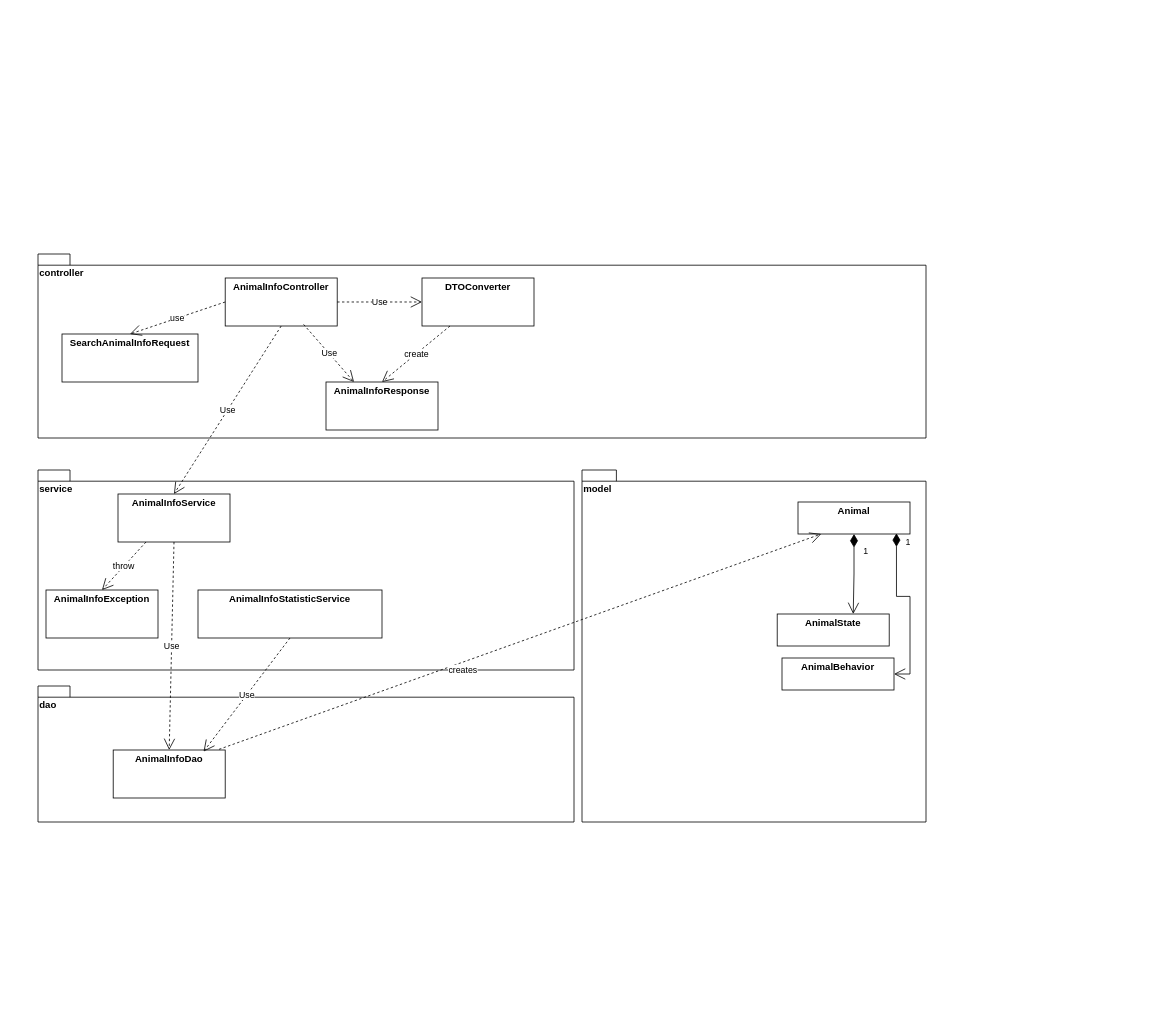
Above: Task3/C4.drawio in brazn1986/MSA-AgroTech (draw.io), before the change. Source tidied: cells renumbered, new cells numbered last; positions are measured from the earlier drawing's top-left corner, leaving out a move shared by most shapes. Both pictures are drawn from the tidied source at 80%, with x=0, y=0 at pixel (38, 254).
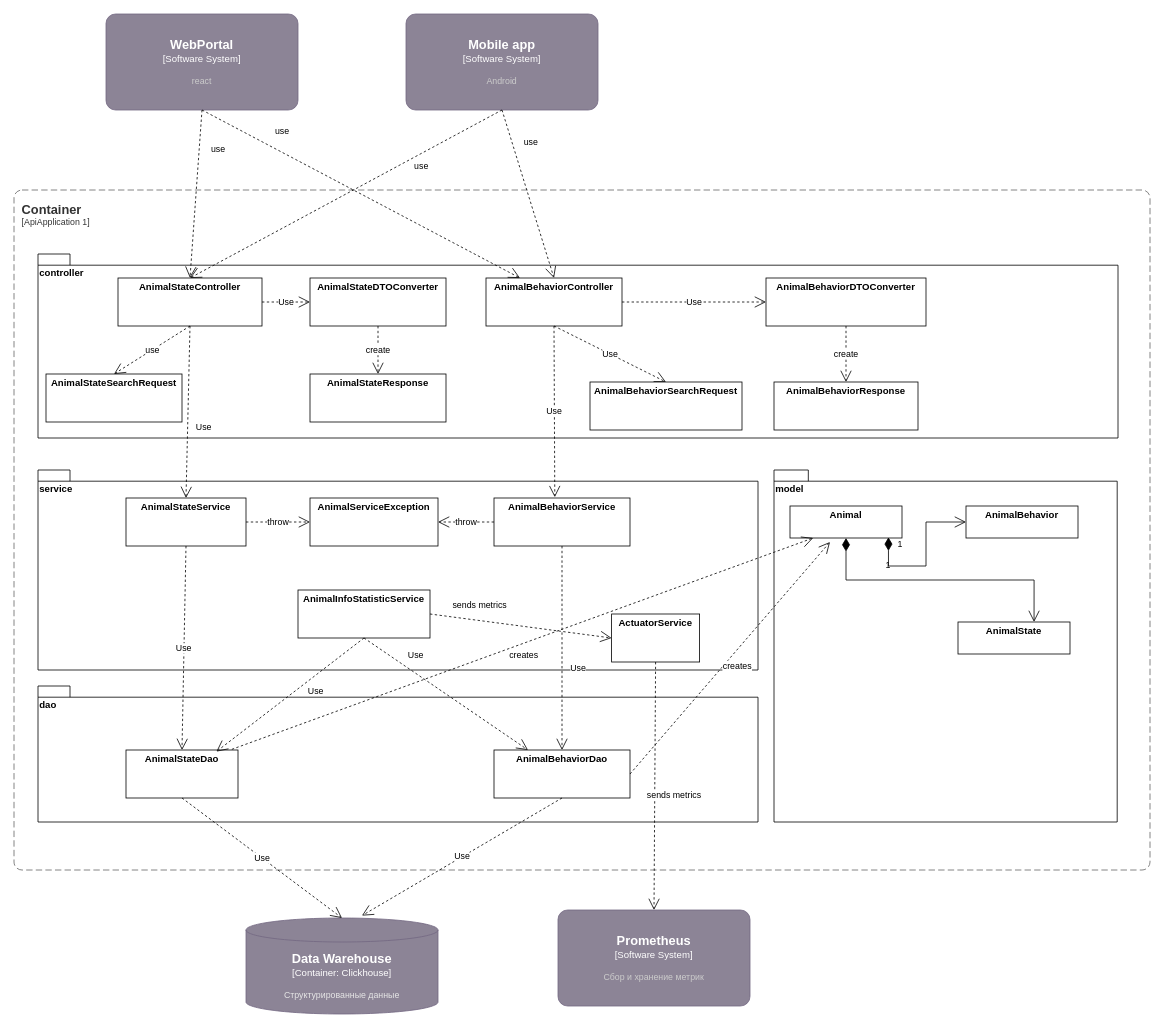
After the change.

Change to the diagram source:
```diff
@@
     <mxCell id="2" value="controller" style="shape=folder;fontStyle=1;spacingTop=10;tabWidth=40;tabHeight=14;tabPosition=left;html=1;whiteSpace=wrap;verticalAlign=top;align=left;" parent="1" vertex="1">
-      <mxGeometry width="1110" height="230" as="geometry" />
+      <mxGeometry width="1350" height="230" as="geometry" />
     </mxCell>
     <mxCell id="3" value="service" style="shape=folder;fontStyle=1;spacingTop=10;tabWidth=40;tabHeight=14;tabPosition=left;html=1;whiteSpace=wrap;verticalAlign=top;align=left;" parent="1" vertex="1">
-      <mxGeometry y="270" width="670" height="250" as="geometry" />
+      <mxGeometry y="270" width="900" height="250" as="geometry" />
     </mxCell>
     <mxCell id="4" value="model" style="shape=folder;fontStyle=1;spacingTop=10;tabWidth=40;tabHeight=14;tabPosition=left;html=1;whiteSpace=wrap;verticalAlign=top;align=left;" parent="1" vertex="1">
-      <mxGeometry x="680" y="270" width="430" height="440" as="geometry" />
+      <mxGeometry x="920" y="270" width="429" height="440" as="geometry" />
     </mxCell>
     <mxCell id="5" value="dao" style="shape=folder;fontStyle=1;spacingTop=10;tabWidth=40;tabHeight=14;tabPosition=left;html=1;whiteSpace=wrap;verticalAlign=top;align=left;" parent="1" vertex="1">
-      <mxGeometry y="540" width="670" height="170" as="geometry" />
+      <mxGeometry y="540" width="900" height="170" as="geometry" />
     </mxCell>
-    <mxCell id="6" value="&lt;p style=&quot;margin:0px;margin-top:4px;text-align:center;&quot;&gt;&lt;b&gt;AnimalInfoController&lt;/b&gt;&lt;/p&gt;" style="verticalAlign=top;align=left;overflow=fill;html=1;whiteSpace=wrap;" parent="1" vertex="1">
-      <mxGeometry x="234" y="30" width="140" height="60" as="geometry" />
+    <mxCell id="6" value="&lt;p style=&quot;margin: 0px ; margin-top: 4px ; text-align: center&quot;&gt;&lt;b&gt;AnimalStateController&lt;/b&gt;&lt;/p&gt;" style="verticalAlign=top;align=left;overflow=fill;html=1;whiteSpace=wrap;" parent="1" vertex="1">
+      <mxGeometry x="100" y="30" width="180" height="60" as="geometry" />
     </mxCell>
-    <mxCell id="7" value="&lt;p style=&quot;margin:0px;margin-top:4px;text-align:center;&quot;&gt;&lt;b&gt;AnimalInfoService&lt;/b&gt;&lt;/p&gt;" style="verticalAlign=top;align=left;overflow=fill;html=1;whiteSpace=wrap;" parent="1" vertex="1">
-      <mxGeometry x="100" y="300" width="140" height="60" as="geometry" />
+    <mxCell id="7" value="&lt;p style=&quot;margin: 0px ; margin-top: 4px ; text-align: center&quot;&gt;&lt;b&gt;AnimalStateService&lt;/b&gt;&lt;/p&gt;" style="verticalAlign=top;align=left;overflow=fill;html=1;whiteSpace=wrap;" parent="1" vertex="1">
+      <mxGeometry x="110" y="305" width="150" height="60" as="geometry" />
     </mxCell>
-    <mxCell id="8" value="&lt;p style=&quot;margin: 0px ; margin-top: 4px ; text-align: center&quot;&gt;&lt;b&gt;AnimalInfoDao&lt;/b&gt;&lt;/p&gt;" style="verticalAlign=top;align=left;overflow=fill;html=1;whiteSpace=wrap;" parent="1" vertex="1">
-      <mxGeometry x="94" y="620" width="140" height="60" as="geometry" />
+    <mxCell id="8" value="&lt;p style=&quot;margin: 0px ; margin-top: 4px ; text-align: center&quot;&gt;&lt;b&gt;AnimalStateDao&lt;/b&gt;&lt;/p&gt;" style="verticalAlign=top;align=left;overflow=fill;html=1;whiteSpace=wrap;" parent="1" vertex="1">
+      <mxGeometry x="110" y="620" width="140" height="60" as="geometry" />
     </mxCell>
-    <mxCell id="9" value="&lt;p style=&quot;margin:0px;margin-top:4px;text-align:center;&quot;&gt;&lt;b&gt;DTOConverter&lt;/b&gt;&lt;/p&gt;" style="verticalAlign=top;align=left;overflow=fill;html=1;whiteSpace=wrap;" parent="1" vertex="1">
-      <mxGeometry x="480" y="30" width="140" height="60" as="geometry" />
+    <mxCell id="9" value="&lt;p style=&quot;margin: 0px ; margin-top: 4px ; text-align: center&quot;&gt;&lt;b&gt;AnimalStateDTOConverter&lt;/b&gt;&lt;/p&gt;" style="verticalAlign=top;align=left;overflow=fill;html=1;whiteSpace=wrap;" parent="1" vertex="1">
+      <mxGeometry x="340" y="30" width="170" height="60" as="geometry" />
     </mxCell>
-    <mxCell id="10" value="&lt;p style=&quot;margin:0px;margin-top:4px;text-align:center;&quot;&gt;&lt;b&gt;AnimalInfoResponse&lt;/b&gt;&lt;/p&gt;" style="verticalAlign=top;align=left;overflow=fill;html=1;whiteSpace=wrap;" parent="1" vertex="1">
-      <mxGeometry x="360" y="160" width="140" height="60" as="geometry" />
+    <mxCell id="10" value="&lt;p style=&quot;margin: 0px ; margin-top: 4px ; text-align: center&quot;&gt;&lt;b&gt;AnimalStateResponse&lt;/b&gt;&lt;/p&gt;" style="verticalAlign=top;align=left;overflow=fill;html=1;whiteSpace=wrap;" parent="1" vertex="1">
+      <mxGeometry x="340" y="150" width="170" height="60" as="geometry" />
     </mxCell>
     <mxCell id="11" value="&lt;p style=&quot;margin:0px;margin-top:4px;text-align:center;&quot;&gt;&lt;b&gt;Animal&lt;/b&gt;&lt;/p&gt;" style="verticalAlign=top;align=left;overflow=fill;html=1;whiteSpace=wrap;" parent="1" vertex="1">
-      <mxGeometry x="950" y="310" width="140" height="40" as="geometry" />
+      <mxGeometry x="940" y="315" width="140" height="40" as="geometry" />
     </mxCell>
     <mxCell id="12" value="&lt;p style=&quot;margin:0px;margin-top:4px;text-align:center;&quot;&gt;&lt;b&gt;AnimalBehavior&lt;/b&gt;&lt;/p&gt;" style="verticalAlign=top;align=left;overflow=fill;html=1;whiteSpace=wrap;" parent="1" vertex="1">
-      <mxGeometry x="930" y="505" width="140" height="40" as="geometry" />
+      <mxGeometry x="1160" y="315" width="140" height="40" as="geometry" />
     </mxCell>
     <mxCell id="13" value="&lt;p style=&quot;margin:0px;margin-top:4px;text-align:center;&quot;&gt;&lt;b&gt;AnimalState&lt;/b&gt;&lt;/p&gt;" style="verticalAlign=top;align=left;overflow=fill;html=1;whiteSpace=wrap;" parent="1" vertex="1">
-      <mxGeometry x="924" y="450" width="140" height="40" as="geometry" />
+      <mxGeometry x="1150" y="460" width="140" height="40" as="geometry" />
     </mxCell>
     <mxCell id="14" value="Use" style="endArrow=open;endSize=12;dashed=1;html=1;rounded=0;exitX=0.5;exitY=1;exitDx=0;exitDy=0;entryX=0.5;entryY=0;entryDx=0;entryDy=0;" parent="1" edge="1" source="6" target="7">
-      <mxGeometry relative="1" as="geometry" />
+      <mxGeometry x="0.17" y="20" relative="1" as="geometry" />
     </mxCell>
@@
-    <mxCell id="17" value="create" style="endArrow=open;endSize=12;dashed=1;html=1;rounded=0;exitX=0.25;exitY=1;exitDx=0;exitDy=0;entryX=0.5;entryY=0;entryDx=0;entryDy=0;" parent="1" edge="1" source="9" target="10">
+    <mxCell id="17" value="create" style="endArrow=open;endSize=12;dashed=1;html=1;rounded=0;exitX=0.5;exitY=1;exitDx=0;exitDy=0;entryX=0.5;entryY=0;entryDx=0;entryDy=0;" parent="1" edge="1" source="9" target="10">
       <mxGeometry relative="1" as="geometry" />
     </mxCell>
-    <mxCell id="18" value="Use" style="endArrow=open;endSize=12;dashed=1;html=1;rounded=0;exitX=0.7;exitY=0.967;exitDx=0;exitDy=0;entryX=0.25;entryY=0;entryDx=0;entryDy=0;exitPerimeter=0;" parent="1" edge="1" source="6" target="10">
-      <mxGeometry relative="1" as="geometry" />
-    </mxCell>
@@
     <mxCell id="20" value="creates" style="endArrow=open;endSize=12;dashed=1;html=1;rounded=0;exitX=0.945;exitY=-0.014;exitDx=0;exitDy=0;entryX=0.207;entryY=1;entryDx=0;entryDy=0;entryPerimeter=0;exitPerimeter=0;" parent="1" edge="1" source="8" target="11">
-      <mxGeometry x="-0.2" y="-9" relative="1" as="geometry" />
+      <mxGeometry x="-0.01" y="-13" relative="1" as="geometry" />
     </mxCell>
-    <mxCell id="21" value="&lt;p style=&quot;margin: 0px ; margin-top: 4px ; text-align: center&quot;&gt;&lt;b&gt;AnimalInfoException&lt;/b&gt;&lt;/p&gt;" style="verticalAlign=top;align=left;overflow=fill;html=1;whiteSpace=wrap;" parent="1" vertex="1">
-      <mxGeometry x="10" y="420" width="140" height="60" as="geometry" />
+    <mxCell id="21" value="&lt;p style=&quot;margin: 0px ; margin-top: 4px ; text-align: center&quot;&gt;&lt;b&gt;AnimalServiceException&lt;/b&gt;&lt;/p&gt;" style="verticalAlign=top;align=left;overflow=fill;html=1;whiteSpace=wrap;" parent="1" vertex="1">
+      <mxGeometry x="340" y="305" width="160" height="60" as="geometry" />
     </mxCell>
-    <mxCell id="22" value="throw" style="endArrow=open;endSize=12;dashed=1;html=1;rounded=0;exitX=0.25;exitY=1;exitDx=0;exitDy=0;entryX=0.5;entryY=0;entryDx=0;entryDy=0;" parent="1" edge="1" source="7" target="21">
+    <mxCell id="22" value="throw" style="endArrow=open;endSize=12;dashed=1;html=1;rounded=0;exitX=1;exitY=0.5;exitDx=0;exitDy=0;entryX=0;entryY=0.5;entryDx=0;entryDy=0;" parent="1" edge="1" source="7" target="21">
       <mxGeometry relative="1" as="geometry" />
     </mxCell>
-    <mxCell id="23" value="&lt;p style=&quot;margin: 0px ; margin-top: 4px ; text-align: center&quot;&gt;&lt;b&gt;SearchAnimalInfoRequest&lt;/b&gt;&lt;/p&gt;" style="verticalAlign=top;align=left;overflow=fill;html=1;whiteSpace=wrap;" parent="1" vertex="1">
-      <mxGeometry x="30" y="100" width="170" height="60" as="geometry" />
+    <mxCell id="23" value="&lt;p style=&quot;margin: 0px ; margin-top: 4px ; text-align: center&quot;&gt;&lt;b&gt;AnimalStateSearchRequest&lt;/b&gt;&lt;/p&gt;" style="verticalAlign=top;align=left;overflow=fill;html=1;whiteSpace=wrap;" parent="1" vertex="1">
+      <mxGeometry x="10" y="150" width="170" height="60" as="geometry" />
     </mxCell>
-    <mxCell id="24" value="use" style="endArrow=open;endSize=12;dashed=1;html=1;rounded=0;exitX=0;exitY=0.5;exitDx=0;exitDy=0;entryX=0.5;entryY=0;entryDx=0;entryDy=0;" parent="1" edge="1" source="6" target="23">
+    <mxCell id="24" value="use" style="endArrow=open;endSize=12;dashed=1;html=1;rounded=0;exitX=0.5;exitY=1;exitDx=0;exitDy=0;entryX=0.5;entryY=0;entryDx=0;entryDy=0;" parent="1" edge="1" source="6" target="23">
       <mxGeometry relative="1" as="geometry" />
     </mxCell>
     <mxCell id="25" value="&lt;p style=&quot;margin: 0px ; margin-top: 4px ; text-align: center&quot;&gt;&lt;b&gt;AnimalInfoStatisticService&lt;/b&gt;&lt;/p&gt;" style="verticalAlign=top;align=left;overflow=fill;html=1;whiteSpace=wrap;" parent="1" vertex="1">
-      <mxGeometry x="200" y="420" width="230" height="60" as="geometry" />
+      <mxGeometry x="325" y="420" width="165" height="60" as="geometry" />
     </mxCell>
     <mxCell id="26" value="Use" style="endArrow=open;endSize=12;dashed=1;html=1;rounded=0;exitX=0.5;exitY=1;exitDx=0;exitDy=0;entryX=0.807;entryY=0.033;entryDx=0;entryDy=0;entryPerimeter=0;" parent="1" edge="1" source="25" target="8">
-      <mxGeometry relative="1" as="geometry" />
+      <mxGeometry x="-0.24" y="15" relative="1" as="geometry" />
     </mxCell>
+    <mxCell id="28" value="&lt;p style=&quot;margin: 0px ; margin-top: 4px ; text-align: center&quot;&gt;&lt;b&gt;AnimalBehaviorResponse&lt;/b&gt;&lt;/p&gt;" style="verticalAlign=top;align=left;overflow=fill;html=1;whiteSpace=wrap;" parent="1" vertex="1">
+      <mxGeometry x="920" y="160" width="180" height="60" as="geometry" />
+    </mxCell>
-    <mxCell id="27" value="1" style="endArrow=open;html=1;endSize=12;startArrow=diamondThin;startSize=14;startFill=1;edgeStyle=orthogonalEdgeStyle;align=left;verticalAlign=bottom;rounded=0;exitX=0.879;exitY=0.979;exitDx=0;exitDy=0;entryX=1;entryY=0.5;entryDx=0;entryDy=0;exitPerimeter=0;" parent="1" edge="1" source="11" target="12">
+    <mxCell id="27" value="1" style="endArrow=open;html=1;endSize=12;startArrow=diamondThin;startSize=14;startFill=1;edgeStyle=orthogonalEdgeStyle;align=left;verticalAlign=bottom;rounded=0;exitX=0.879;exitY=0.979;exitDx=0;exitDy=0;exitPerimeter=0;" parent="1" edge="1" source="11">
       <mxGeometry x="-0.81" y="10" relative="1" as="geometry">
+        <mxPoint x="1160" y="335" as="targetPoint" />
         <Array as="points">
-          <mxPoint x="1073" y="428" />
-          <mxPoint x="1090" y="428" />
-          <mxPoint x="1090" y="525" />
+          <mxPoint x="1063" y="390" />
+          <mxPoint x="1110" y="390" />
+          <mxPoint x="1110" y="335" />
         </Array>
       </mxGeometry>
     </mxCell>
+    <mxCell id="29" value="&lt;p style=&quot;margin: 0px ; margin-top: 4px ; text-align: center&quot;&gt;&lt;b&gt;AnimalBehaviorDao&lt;/b&gt;&lt;/p&gt;" style="verticalAlign=top;align=left;overflow=fill;html=1;whiteSpace=wrap;" parent="1" vertex="1">
+      <mxGeometry x="570" y="620" width="170" height="60" as="geometry" />
+    </mxCell>
+    <mxCell id="30" value="&lt;p style=&quot;margin: 0px ; margin-top: 4px ; text-align: center&quot;&gt;&lt;b&gt;AnimalBehaviorService&lt;/b&gt;&lt;/p&gt;" style="verticalAlign=top;align=left;overflow=fill;html=1;whiteSpace=wrap;" parent="1" vertex="1">
+      <mxGeometry x="570" y="305" width="170" height="60" as="geometry" />
+    </mxCell>
+    <mxCell id="31" value="Use" style="endArrow=open;endSize=12;dashed=1;html=1;rounded=0;exitX=0.5;exitY=1;exitDx=0;exitDy=0;entryX=0.5;entryY=0;entryDx=0;entryDy=0;" parent="1" edge="1" source="30" target="29">
+      <mxGeometry x="0.2" y="20" relative="1" as="geometry" />
+    </mxCell>
+    <mxCell id="32" value="&lt;p style=&quot;margin: 0px ; margin-top: 4px ; text-align: center&quot;&gt;&lt;b&gt;AnimalBehaviorController&lt;/b&gt;&lt;/p&gt;" style="verticalAlign=top;align=left;overflow=fill;html=1;whiteSpace=wrap;" parent="1" vertex="1">
+      <mxGeometry x="560" y="30" width="170" height="60" as="geometry" />
+    </mxCell>
+    <mxCell id="33" value="&lt;p style=&quot;margin: 0px ; margin-top: 4px ; text-align: center&quot;&gt;&lt;b&gt;AnimalBehaviorDTOConverter&lt;/b&gt;&lt;/p&gt;" style="verticalAlign=top;align=left;overflow=fill;html=1;whiteSpace=wrap;" parent="1" vertex="1">
+      <mxGeometry x="910" y="30" width="200" height="60" as="geometry" />
+    </mxCell>
+    <mxCell id="34" value="Use" style="endArrow=open;endSize=12;dashed=1;html=1;rounded=0;exitX=1;exitY=0.5;exitDx=0;exitDy=0;entryX=0;entryY=0.5;entryDx=0;entryDy=0;" parent="1" edge="1" source="32" target="33">
+      <mxGeometry relative="1" as="geometry" />
+    </mxCell>
+    <mxCell id="35" value="create" style="endArrow=open;endSize=12;dashed=1;html=1;rounded=0;entryX=0.5;entryY=0;entryDx=0;entryDy=0;exitX=0.5;exitY=1;exitDx=0;exitDy=0;" parent="1" edge="1" source="33" target="28">
+      <mxGeometry relative="1" as="geometry" />
+    </mxCell>
+    <mxCell id="36" value="Use" style="endArrow=open;endSize=12;dashed=1;html=1;rounded=0;entryX=0.5;entryY=0;entryDx=0;entryDy=0;exitX=0.5;exitY=1;exitDx=0;exitDy=0;" parent="1" edge="1" source="32" target="40">
+      <mxGeometry relative="1" as="geometry" />
+    </mxCell>
+    <mxCell id="37" value="creates" style="endArrow=open;endSize=12;dashed=1;html=1;rounded=0;exitX=1;exitY=0.5;exitDx=0;exitDy=0;entryX=0.357;entryY=1.125;entryDx=0;entryDy=0;entryPerimeter=0;" parent="1" edge="1" source="29" target="11">
+      <mxGeometry x="-0.01" y="-13" relative="1" as="geometry" />
+    </mxCell>
+    <mxCell id="38" value="Use" style="endArrow=open;endSize=12;dashed=1;html=1;rounded=0;exitX=0.5;exitY=1;exitDx=0;exitDy=0;entryX=0.25;entryY=0;entryDx=0;entryDy=0;" parent="1" edge="1" source="25" target="29">
+      <mxGeometry x="-0.48" y="19" relative="1" as="geometry" />
+    </mxCell>
+    <mxCell id="39" value="throw" style="endArrow=open;endSize=12;dashed=1;html=1;rounded=0;exitX=0;exitY=0.5;exitDx=0;exitDy=0;entryX=1;entryY=0.5;entryDx=0;entryDy=0;" parent="1" edge="1" source="30" target="21">
+      <mxGeometry relative="1" as="geometry" />
+    </mxCell>
+    <mxCell id="40" value="&lt;p style=&quot;margin: 0px ; margin-top: 4px ; text-align: center&quot;&gt;&lt;b&gt;AnimalBehaviorSearchRequest&lt;/b&gt;&lt;/p&gt;" style="verticalAlign=top;align=left;overflow=fill;html=1;whiteSpace=wrap;" parent="1" vertex="1">
+      <mxGeometry x="690" y="160" width="190" height="60" as="geometry" />
+    </mxCell>
+    <mxCell id="41" value="Use" style="endArrow=open;endSize=12;dashed=1;html=1;rounded=0;entryX=0.447;entryY=-0.017;entryDx=0;entryDy=0;exitX=0.5;exitY=1;exitDx=0;exitDy=0;entryPerimeter=0;" parent="1" edge="1" source="32" target="30">
+      <mxGeometry relative="1" as="geometry" />
+    </mxCell>
+    <object id="42" label="&lt;font style=&quot;font-size: 16px&quot;&gt;&lt;b&gt;&lt;div style=&quot;text-align: left&quot;&gt;%c4Name%&lt;/div&gt;&lt;/b&gt;&lt;/font&gt;&lt;div style=&quot;text-align: left&quot;&gt;[%c4Application%]&lt;/div&gt;" c4Application="ApiApplication 1" c4Name="Container" placeholders="1">
+      <mxCell style="rounded=1;fontSize=11;whiteSpace=wrap;html=1;dashed=1;arcSize=20;fillColor=none;strokeColor=#666666;fontColor=#333333;labelBackgroundColor=none;align=left;verticalAlign=top;labelBorderColor=none;spacingTop=0;spacing=10;dashPattern=8 4;perimeter=rectanglePerimeter;noLabel=0;labelPadding=0;absoluteArcSize=1;metaData={&quot;c4Type&quot;:{&quot;editable&quot;:false}};" parent="1" vertex="1">
+        <mxGeometry x="-30" y="-80" width="1420" height="850" as="geometry" />
+      </mxCell>
+    </object>
+    <object id="43" label="&lt;font style=&quot;font-size: 16px&quot;&gt;&lt;b&gt;%c4Name%&lt;/b&gt;&lt;/font&gt;&lt;div&gt;[%c4Type%:&amp;nbsp;%c4Technology%]&lt;/div&gt;&lt;br&gt;&lt;div&gt;&lt;font style=&quot;font-size: 11px&quot;&gt;&lt;font color=&quot;#E6E6E6&quot;&gt;%c4Description%&lt;/font&gt;&lt;/div&gt;" c4Description="Структурированные данные" c4Name="Data Warehouse" c4Technology="Clickhouse" c4Type="Container" placeholders="1">
+      <mxCell style="shape=cylinder3;size=15;whiteSpace=wrap;html=1;boundedLbl=1;rounded=0;labelBackgroundColor=none;fillColor=#8C8496;fontSize=12;fontColor=#ffffff;align=center;strokeColor=#736782;points=[[0.5,0,0],[1,0.25,0],[1,0.5,0],[1,0.75,0],[0.5,1,0],[0,0.75,0],[0,0.5,0],[0,0.25,0]];" parent="1" vertex="1">
+        <mxGeometry x="260" y="830" width="240" height="120" as="geometry" />
+      </mxCell>
+    </object>
+    <object id="44" label="&lt;font style=&quot;font-size: 16px&quot;&gt;&lt;b&gt;%c4Name%&lt;/b&gt;&lt;/font&gt;&lt;div&gt;[%c4Type%]&lt;/div&gt;&lt;br&gt;&lt;div&gt;&lt;font style=&quot;font-size: 11px&quot;&gt;&lt;font color=&quot;#cccccc&quot;&gt;%c4Description%&lt;/font&gt;&lt;/div&gt;" c4Description="react" c4Name="WebPortal" c4Type="Software System" placeholders="1">
+      <mxCell style="rounded=1;whiteSpace=wrap;html=1;labelBackgroundColor=none;fillColor=#8C8496;fontColor=#ffffff;align=center;arcSize=10;strokeColor=#736782;metaData={&quot;c4Type&quot;:{&quot;editable&quot;:false}};points=[[0.25,0,0],[0.5,0,0],[0.75,0,0],[1,0.25,0],[1,0.5,0],[1,0.75,0],[0.75,1,0],[0.5,1,0],[0.25,1,0],[0,0.75,0],[0,0.5,0],[0,0.25,0]];" parent="1" vertex="1">
+        <mxGeometry x="85" y="-300" width="240" height="120" as="geometry" />
+      </mxCell>
+    </object>
+    <object id="45" label="&lt;font style=&quot;font-size: 16px&quot;&gt;&lt;b&gt;%c4Name%&lt;/b&gt;&lt;/font&gt;&lt;div&gt;[%c4Type%]&lt;/div&gt;&lt;br&gt;&lt;div&gt;&lt;font style=&quot;font-size: 11px&quot;&gt;&lt;font color=&quot;#cccccc&quot;&gt;%c4Description%&lt;/font&gt;&lt;/div&gt;" c4Description="Android" c4Name="Mobile app" c4Type="Software System" placeholders="1">
+      <mxCell style="rounded=1;whiteSpace=wrap;html=1;labelBackgroundColor=none;fillColor=#8C8496;fontColor=#ffffff;align=center;arcSize=10;strokeColor=#736782;metaData={&quot;c4Type&quot;:{&quot;editable&quot;:false}};points=[[0.25,0,0],[0.5,0,0],[0.75,0,0],[1,0.25,0],[1,0.5,0],[1,0.75,0],[0.75,1,0],[0.5,1,0],[0.25,1,0],[0,0.75,0],[0,0.5,0],[0,0.25,0]];" parent="1" vertex="1">
+        <mxGeometry x="460" y="-300" width="240" height="120" as="geometry" />
+      </mxCell>
+    </object>
+    <object id="46" label="&lt;font style=&quot;font-size: 16px&quot;&gt;&lt;b&gt;%c4Name%&lt;/b&gt;&lt;/font&gt;&lt;div&gt;[%c4Type%]&lt;/div&gt;&lt;br&gt;&lt;div&gt;&lt;font style=&quot;font-size: 11px&quot;&gt;&lt;font color=&quot;#cccccc&quot;&gt;%c4Description%&lt;/font&gt;&lt;/div&gt;" c4Description="Сбор и хранение метрик" c4Name="Prometheus" c4Type="Software System" placeholders="1">
+      <mxCell style="rounded=1;whiteSpace=wrap;html=1;labelBackgroundColor=none;fillColor=#8C8496;fontColor=#ffffff;align=center;arcSize=10;strokeColor=#736782;metaData={&quot;c4Type&quot;:{&quot;editable&quot;:false}};points=[[0.25,0,0],[0.5,0,0],[0.75,0,0],[1,0.25,0],[1,0.5,0],[1,0.75,0],[0.75,1,0],[0.5,1,0],[0.25,1,0],[0,0.75,0],[0,0.5,0],[0,0.25,0]];" parent="1" vertex="1">
+        <mxGeometry x="650" y="820" width="240" height="120" as="geometry" />
+      </mxCell>
+    </object>
+    <mxCell id="47" value="sends metrics" style="endArrow=open;endSize=12;dashed=1;html=1;rounded=0;exitX=0.5;exitY=1;exitDx=0;exitDy=0;entryX=0.5;entryY=0;entryDx=0;entryDy=0;entryPerimeter=0;" parent="1" edge="1" source="48" target="46">
+      <mxGeometry x="0.08" y="24" relative="1" as="geometry" />
+    </mxCell>
+    <mxCell id="48" value="&lt;p style=&quot;margin: 0px ; margin-top: 4px ; text-align: center&quot;&gt;&lt;b&gt;ActuatorService&lt;/b&gt;&lt;/p&gt;" style="verticalAlign=top;align=left;overflow=fill;html=1;whiteSpace=wrap;" parent="1" vertex="1">
+      <mxGeometry x="717" y="450" width="110" height="60" as="geometry" />
+    </mxCell>
+    <mxCell id="49" value="Use" style="endArrow=open;endSize=12;dashed=1;html=1;rounded=0;exitX=0.5;exitY=1;exitDx=0;exitDy=0;entryX=0.5;entryY=0;entryDx=0;entryDy=0;entryPerimeter=0;" parent="1" edge="1" source="8" target="43">
+      <mxGeometry relative="1" as="geometry" />
+    </mxCell>
+    <mxCell id="50" value="Use" style="endArrow=open;endSize=12;dashed=1;html=1;rounded=0;exitX=0.5;exitY=1;exitDx=0;exitDy=0;entryX=0.604;entryY=-0.025;entryDx=0;entryDy=0;entryPerimeter=0;" parent="1" edge="1" source="29" target="43">
+      <mxGeometry relative="1" as="geometry" />
+    </mxCell>
+    <mxCell id="51" value="sends metrics" style="endArrow=open;endSize=12;dashed=1;html=1;rounded=0;exitX=1;exitY=0.5;exitDx=0;exitDy=0;entryX=0;entryY=0.5;entryDx=0;entryDy=0;" parent="1" edge="1" source="25" target="48">
+      <mxGeometry x="-0.48" y="19" relative="1" as="geometry" />
+    </mxCell>
+    <mxCell id="52" value="use" style="endArrow=open;endSize=12;dashed=1;html=1;rounded=0;exitX=0.5;exitY=1;exitDx=0;exitDy=0;exitPerimeter=0;entryX=0.5;entryY=0;entryDx=0;entryDy=0;" parent="1" edge="1" source="45" target="6">
+      <mxGeometry x="-0.45" y="14" relative="1" as="geometry" />
+    </mxCell>
+    <mxCell id="53" value="use" style="endArrow=open;endSize=12;dashed=1;html=1;rounded=0;exitX=0.5;exitY=1;exitDx=0;exitDy=0;exitPerimeter=0;entryX=0.5;entryY=0;entryDx=0;entryDy=0;" parent="1" edge="1" source="45" target="32">
+      <mxGeometry x="-0.55" y="23" relative="1" as="geometry" />
+    </mxCell>
+    <mxCell id="54" value="use" style="endArrow=open;endSize=12;dashed=1;html=1;rounded=0;exitX=0.5;exitY=1;exitDx=0;exitDy=0;exitPerimeter=0;entryX=0.25;entryY=0;entryDx=0;entryDy=0;" parent="1" edge="1" source="44" target="32">
+      <mxGeometry x="-0.55" y="23" relative="1" as="geometry" />
+    </mxCell>
+    <mxCell id="55" value="use" style="endArrow=open;endSize=12;dashed=1;html=1;rounded=0;exitX=0.5;exitY=1;exitDx=0;exitDy=0;exitPerimeter=0;entryX=0.5;entryY=0;entryDx=0;entryDy=0;" parent="1" edge="1" source="44" target="6">
+      <mxGeometry x="-0.55" y="23" relative="1" as="geometry" />
+    </mxCell>
```
